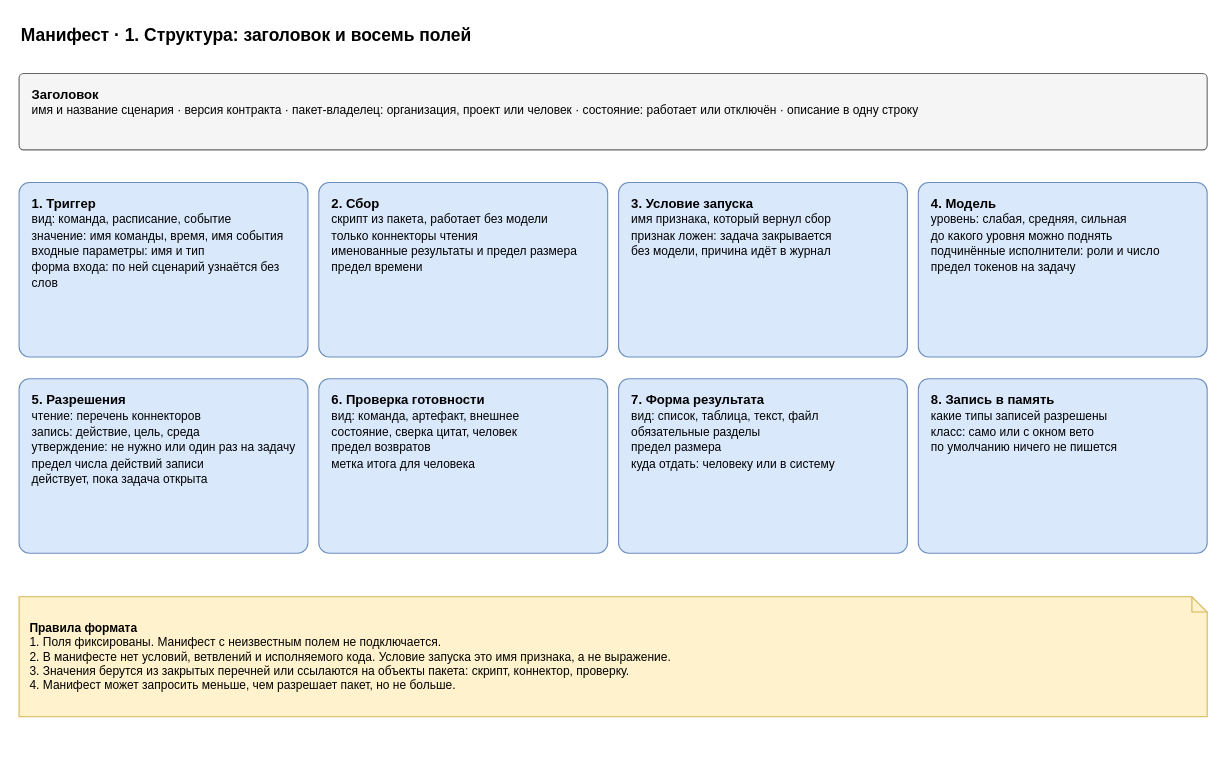
Above: page "1. Структура" (1 of 7) of docs/spec/harness-manifest.drawio in roygkov/reins (draw.io), before the change. Source tidied: cells renumbered, new cells numbered last; positions are measured from the earlier drawing's top-left corner, leaving out a move shared by most shapes. Both pictures are drawn from the tidied source at 109%, with x=0, y=0 at pixel (19, 19).
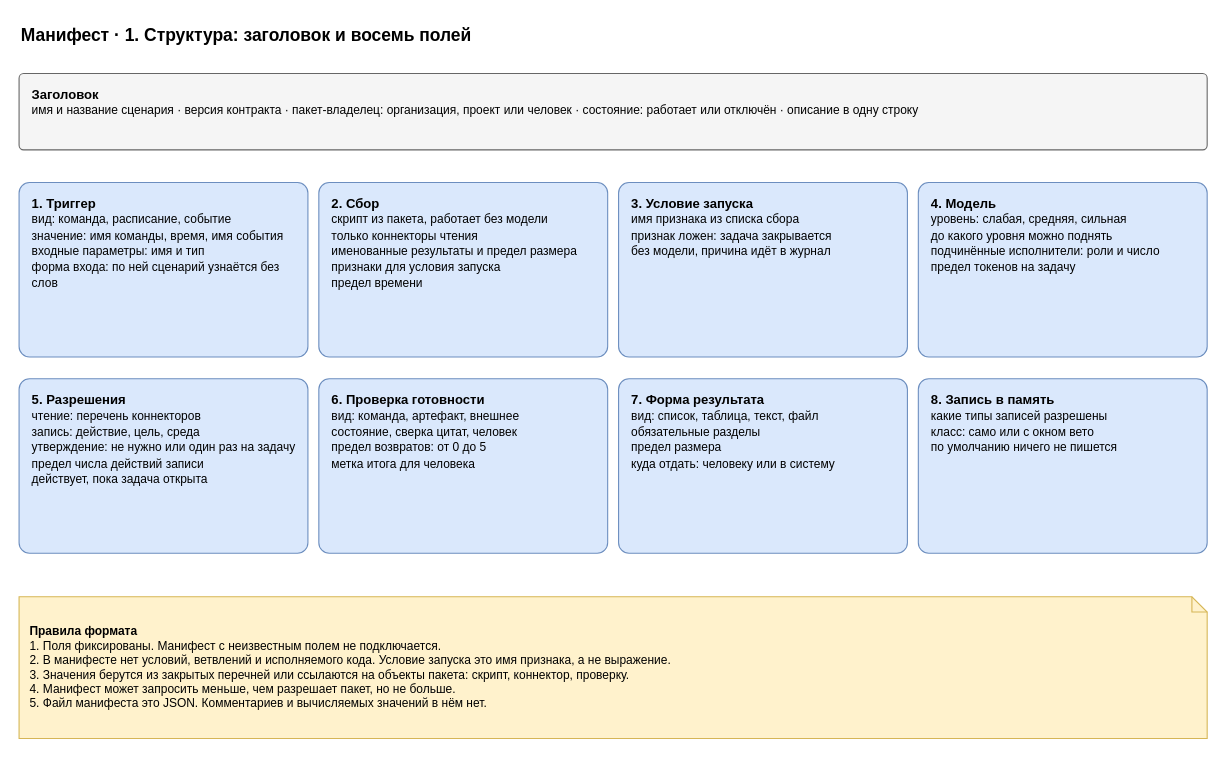
After the change.

Change to the diagram source:
```diff
@@
 <mxGraphModel>
   <root>
     <mxCell id="0" />
     <mxCell id="1" parent="0" />
     <mxCell id="2" value="Манифест · 1. Структура: заголовок и восемь полей" style="text;html=1;align=left;verticalAlign=middle;whiteSpace=wrap;fontSize=16;strokeColor=none;fillColor=none;fontStyle=1;" parent="1" vertex="1">
       <mxGeometry width="900" height="30" as="geometry" />
     </mxCell>
     <mxCell id="3" value="&lt;b&gt;Заголовок&lt;/b&gt;&lt;br&gt;&lt;font style=&quot;font-size:11px&quot;&gt;имя и название сценария · версия контракта · пакет-владелец: организация, проект или человек · состояние: работает или отключён · описание в одну строку&lt;/font&gt;" style="rounded=1;whiteSpace=wrap;html=1;fillColor=#f5f5f5;strokeColor=#666666;arcSize=6;align=left;verticalAlign=top;spacingLeft=10;spacingTop=6;spacingRight=6;" parent="1" vertex="1">
       <mxGeometry y="50" width="1090" height="70" as="geometry" />
     </mxCell>
     <mxCell id="4" value="&lt;b&gt;1. Триггер&lt;/b&gt;&lt;br&gt;&lt;font style=&quot;font-size:11px&quot;&gt;вид: команда, расписание, событие&lt;br&gt;значение: имя команды, время, имя события&lt;br&gt;входные параметры: имя и тип&lt;br&gt;форма входа: по ней сценарий узнаётся без слов&lt;/font&gt;" style="rounded=1;whiteSpace=wrap;html=1;fillColor=#dae8fc;strokeColor=#6c8ebf;arcSize=6;align=left;verticalAlign=top;spacingLeft=10;spacingTop=6;spacingRight=6;" parent="1" vertex="1">
       <mxGeometry y="150" width="265" height="160" as="geometry" />
     </mxCell>
-    <mxCell id="5" value="&lt;b&gt;2. Сбор&lt;/b&gt;&lt;br&gt;&lt;font style=&quot;font-size:11px&quot;&gt;скрипт из пакета, работает без модели&lt;br&gt;только коннекторы чтения&lt;br&gt;именованные результаты и предел размера&lt;br&gt;предел времени&lt;/font&gt;" style="rounded=1;whiteSpace=wrap;html=1;fillColor=#dae8fc;strokeColor=#6c8ebf;arcSize=6;align=left;verticalAlign=top;spacingLeft=10;spacingTop=6;spacingRight=6;" parent="1" vertex="1">
+    <mxCell id="5" value="&lt;b&gt;2. Сбор&lt;/b&gt;&lt;br&gt;&lt;font style=&quot;font-size:11px&quot;&gt;скрипт из пакета, работает без модели&lt;br&gt;только коннекторы чтения&lt;br&gt;именованные результаты и предел размера&lt;br&gt;признаки для условия запуска&lt;br&gt;предел времени&lt;/font&gt;" style="rounded=1;whiteSpace=wrap;html=1;fillColor=#dae8fc;strokeColor=#6c8ebf;arcSize=6;align=left;verticalAlign=top;spacingLeft=10;spacingTop=6;spacingRight=6;" parent="1" vertex="1">
       <mxGeometry x="275" y="150" width="265" height="160" as="geometry" />
     </mxCell>
-    <mxCell id="6" value="&lt;b&gt;3. Условие запуска&lt;/b&gt;&lt;br&gt;&lt;font style=&quot;font-size:11px&quot;&gt;имя признака, который вернул сбор&lt;br&gt;признак ложен: задача закрывается&lt;br&gt;без модели, причина идёт в журнал&lt;/font&gt;" style="rounded=1;whiteSpace=wrap;html=1;fillColor=#dae8fc;strokeColor=#6c8ebf;arcSize=6;align=left;verticalAlign=top;spacingLeft=10;spacingTop=6;spacingRight=6;" parent="1" vertex="1">
+    <mxCell id="6" value="&lt;b&gt;3. Условие запуска&lt;/b&gt;&lt;br&gt;&lt;font style=&quot;font-size:11px&quot;&gt;имя признака из списка сбора&lt;br&gt;признак ложен: задача закрывается&lt;br&gt;без модели, причина идёт в журнал&lt;/font&gt;" style="rounded=1;whiteSpace=wrap;html=1;fillColor=#dae8fc;strokeColor=#6c8ebf;arcSize=6;align=left;verticalAlign=top;spacingLeft=10;spacingTop=6;spacingRight=6;" parent="1" vertex="1">
       <mxGeometry x="550" y="150" width="265" height="160" as="geometry" />
     </mxCell>
     <mxCell id="7" value="&lt;b&gt;4. Модель&lt;/b&gt;&lt;br&gt;&lt;font style=&quot;font-size:11px&quot;&gt;уровень: слабая, средняя, сильная&lt;br&gt;до какого уровня можно поднять&lt;br&gt;подчинённые исполнители: роли и число&lt;br&gt;предел токенов на задачу&lt;/font&gt;" style="rounded=1;whiteSpace=wrap;html=1;fillColor=#dae8fc;strokeColor=#6c8ebf;arcSize=6;align=left;verticalAlign=top;spacingLeft=10;spacingTop=6;spacingRight=6;" parent="1" vertex="1">
       <mxGeometry x="825" y="150" width="265" height="160" as="geometry" />
     </mxCell>
     <mxCell id="8" value="&lt;b&gt;5. Разрешения&lt;/b&gt;&lt;br&gt;&lt;font style=&quot;font-size:11px&quot;&gt;чтение: перечень коннекторов&lt;br&gt;запись: действие, цель, среда&lt;br&gt;утверждение: не нужно или один раз на задачу&lt;br&gt;предел числа действий записи&lt;br&gt;действует, пока задача открыта&lt;/font&gt;" style="rounded=1;whiteSpace=wrap;html=1;fillColor=#dae8fc;strokeColor=#6c8ebf;arcSize=6;align=left;verticalAlign=top;spacingLeft=10;spacingTop=6;spacingRight=6;" parent="1" vertex="1">
       <mxGeometry y="330" width="265" height="160" as="geometry" />
     </mxCell>
-    <mxCell id="9" value="&lt;b&gt;6. Проверка готовности&lt;/b&gt;&lt;br&gt;&lt;font style=&quot;font-size:11px&quot;&gt;вид: команда, артефакт, внешнее&lt;br&gt;состояние, сверка цитат, человек&lt;br&gt;предел возвратов&lt;br&gt;метка итога для человека&lt;/font&gt;" style="rounded=1;whiteSpace=wrap;html=1;fillColor=#dae8fc;strokeColor=#6c8ebf;arcSize=6;align=left;verticalAlign=top;spacingLeft=10;spacingTop=6;spacingRight=6;" parent="1" vertex="1">
+    <mxCell id="9" value="&lt;b&gt;6. Проверка готовности&lt;/b&gt;&lt;br&gt;&lt;font style=&quot;font-size:11px&quot;&gt;вид: команда, артефакт, внешнее&lt;br&gt;состояние, сверка цитат, человек&lt;br&gt;предел возвратов: от 0 до 5&lt;br&gt;метка итога для человека&lt;/font&gt;" style="rounded=1;whiteSpace=wrap;html=1;fillColor=#dae8fc;strokeColor=#6c8ebf;arcSize=6;align=left;verticalAlign=top;spacingLeft=10;spacingTop=6;spacingRight=6;" parent="1" vertex="1">
       <mxGeometry x="275" y="330" width="265" height="160" as="geometry" />
     </mxCell>
     <mxCell id="10" value="&lt;b&gt;7. Форма результата&lt;/b&gt;&lt;br&gt;&lt;font style=&quot;font-size:11px&quot;&gt;вид: список, таблица, текст, файл&lt;br&gt;обязательные разделы&lt;br&gt;предел размера&lt;br&gt;куда отдать: человеку или в систему&lt;/font&gt;" style="rounded=1;whiteSpace=wrap;html=1;fillColor=#dae8fc;strokeColor=#6c8ebf;arcSize=6;align=left;verticalAlign=top;spacingLeft=10;spacingTop=6;spacingRight=6;" parent="1" vertex="1">
       <mxGeometry x="550" y="330" width="265" height="160" as="geometry" />
     </mxCell>
     <mxCell id="11" value="&lt;b&gt;8. Запись в память&lt;/b&gt;&lt;br&gt;&lt;font style=&quot;font-size:11px&quot;&gt;какие типы записей разрешены&lt;br&gt;класс: само или с окном вето&lt;br&gt;по умолчанию ничего не пишется&lt;/font&gt;" style="rounded=1;whiteSpace=wrap;html=1;fillColor=#dae8fc;strokeColor=#6c8ebf;arcSize=6;align=left;verticalAlign=top;spacingLeft=10;spacingTop=6;spacingRight=6;" parent="1" vertex="1">
       <mxGeometry x="825" y="330" width="265" height="160" as="geometry" />
     </mxCell>
-    <mxCell id="12" value="&lt;b&gt;Правила формата&lt;/b&gt;&lt;br&gt;1. Поля фиксированы. Манифест с неизвестным полем не подключается.&lt;br&gt;2. В манифесте нет условий, ветвлений и исполняемого кода. Условие запуска это имя признака, а не выражение.&lt;br&gt;3. Значения берутся из закрытых перечней или ссылаются на объекты пакета: скрипт, коннектор, проверку.&lt;br&gt;4. Манифест может запросить меньше, чем разрешает пакет, но не больше." style="shape=note;whiteSpace=wrap;html=1;backgroundOutline=1;size=14;fillColor=#fff2cc;strokeColor=#d6b656;align=left;spacingLeft=8;spacingRight=8;fontSize=11;" parent="1" vertex="1">
-      <mxGeometry y="530" width="1090" height="110" as="geometry" />
+    <mxCell id="12" value="&lt;b&gt;Правила формата&lt;/b&gt;&lt;br&gt;1. Поля фиксированы. Манифест с неизвестным полем не подключается.&lt;br&gt;2. В манифесте нет условий, ветвлений и исполняемого кода. Условие запуска это имя признака, а не выражение.&lt;br&gt;3. Значения берутся из закрытых перечней или ссылаются на объекты пакета: скрипт, коннектор, проверку.&lt;br&gt;4. Манифест может запросить меньше, чем разрешает пакет, но не больше.&lt;br&gt;5. Файл манифеста это JSON. Комментариев и вычисляемых значений в нём нет." style="shape=note;whiteSpace=wrap;html=1;backgroundOutline=1;size=14;fillColor=#fff2cc;strokeColor=#d6b656;align=left;spacingLeft=8;spacingRight=8;fontSize=11;" parent="1" vertex="1">
+      <mxGeometry y="530" width="1090" height="130" as="geometry" />
     </mxCell>
   </root>
 </mxGraphModel>
```
